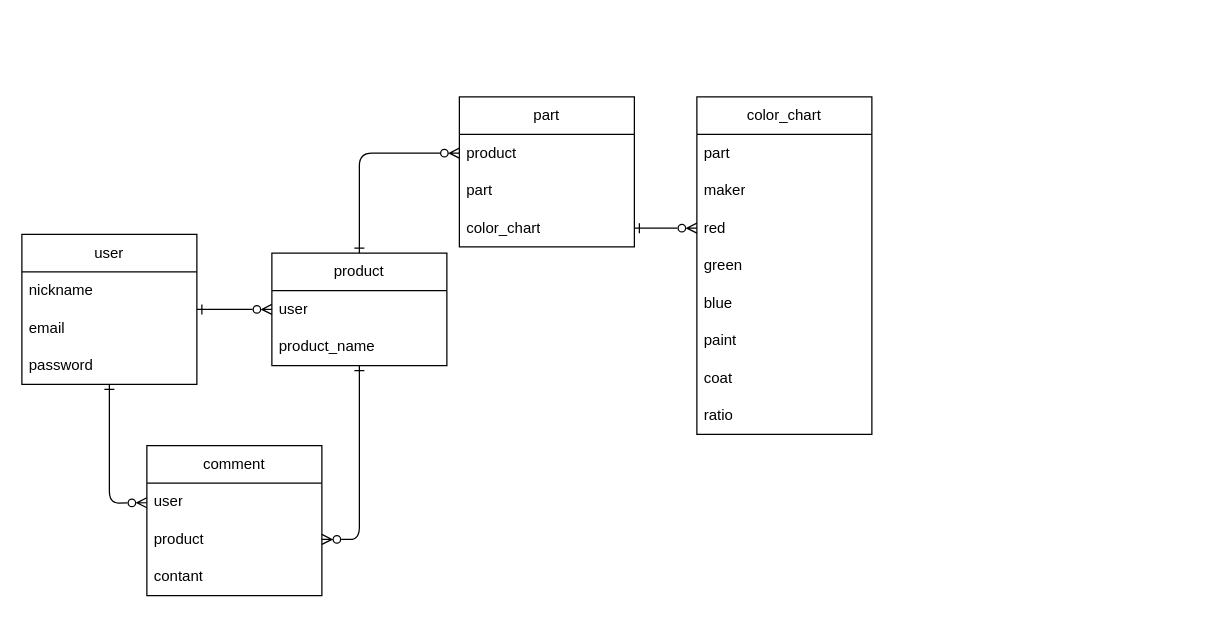
Above: color_chart_ER.dio in Yuya7124/color_chart_connect (draw.io), before the change. Source tidied: cells renumbered, new cells numbered last; positions are measured from the earlier drawing's top-left corner, leaving out a move shared by most shapes. Both pictures are drawn from the tidied source at 125%, with x=0, y=0 at pixel (21, 96).
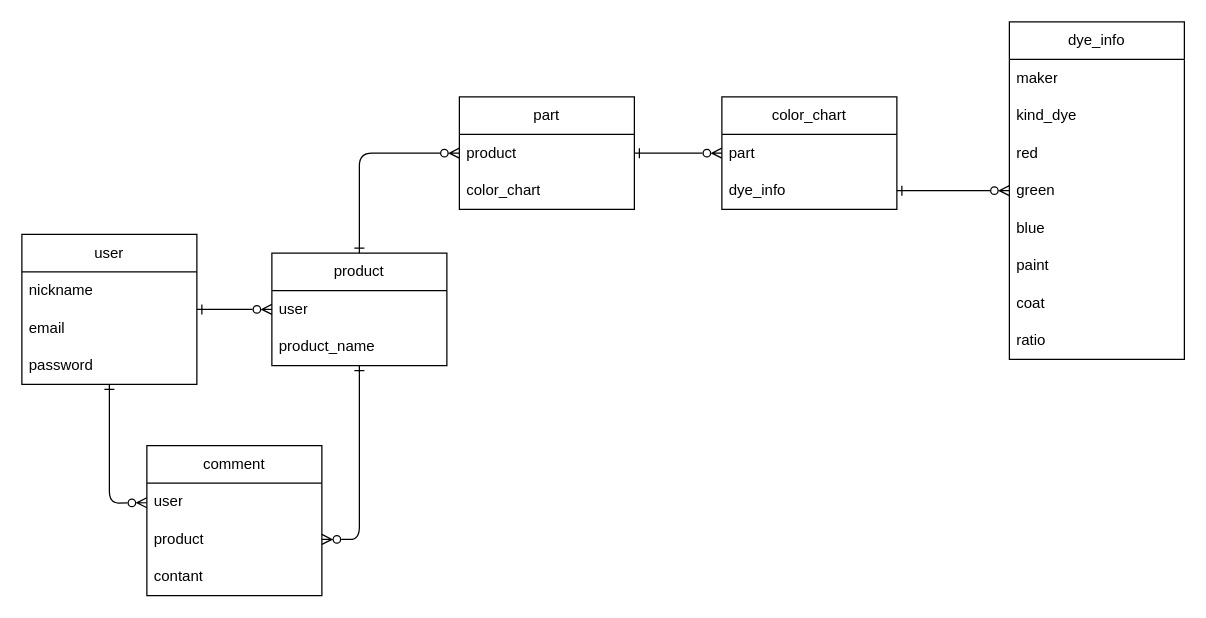
Above is the later version.

Commit message (it also covers changes not shown here):
その他修正

Change to the diagram source:
```diff
@@
     <mxCell id="11" value="part" style="swimlane;fontStyle=0;horizontal=1;startSize=30;whiteSpace=wrap;html=1;" parent="1" vertex="1">
-      <mxGeometry x="350" width="140" height="120" as="geometry" />
+      <mxGeometry x="350" width="140" height="90" as="geometry" />
     </mxCell>
@@
-    <mxCell id="13" value="part" style="text;strokeColor=none;fillColor=none;align=left;verticalAlign=middle;spacingLeft=4;spacingRight=4;overflow=hidden;whiteSpace=wrap;html=1;" parent="11" vertex="1">
-      <mxGeometry y="60" width="140" height="30" as="geometry" />
-    </mxCell>
     <mxCell id="14" value="&lt;span style=&quot;text-align: center;&quot;&gt;color_chart&lt;/span&gt;" style="text;strokeColor=none;fillColor=none;align=left;verticalAlign=middle;spacingLeft=4;spacingRight=4;overflow=hidden;points=[[0,0.5],[1,0.5]];portConstraint=eastwest;whiteSpace=wrap;html=1;" parent="11" vertex="1">
-      <mxGeometry y="90" width="140" height="30" as="geometry" />
+      <mxGeometry y="60" width="140" height="30" as="geometry" />
     </mxCell>
@@
     <mxCell id="21" value="color_chart" style="swimlane;fontStyle=0;horizontal=1;startSize=30;whiteSpace=wrap;html=1;" parent="1" vertex="1">
-      <mxGeometry x="540" width="140" height="270" as="geometry" />
+      <mxGeometry x="560" width="140" height="90" as="geometry" />
     </mxCell>
@@
-    <mxCell id="23" value="maker" style="text;strokeColor=none;fillColor=none;align=left;verticalAlign=middle;spacingLeft=4;spacingRight=4;overflow=hidden;points=[[0,0.5],[1,0.5]];portConstraint=eastwest;whiteSpace=wrap;html=1;" parent="21" vertex="1">
+    <mxCell id="23" value="dye_info" style="text;strokeColor=none;fillColor=none;align=left;verticalAlign=middle;spacingLeft=4;spacingRight=4;overflow=hidden;points=[[0,0.5],[1,0.5]];portConstraint=eastwest;whiteSpace=wrap;html=1;" parent="21" vertex="1">
       <mxGeometry y="60" width="140" height="30" as="geometry" />
     </mxCell>
+    <mxCell id="30" style="edgeStyle=none;html=1;endArrow=ERzeroToMany;endFill=0;startArrow=ERone;startFill=0;" parent="1" edge="1" source="11" target="21">
+      <mxGeometry relative="1" as="geometry" />
+    </mxCell>
+    <mxCell id="31" value="dye_info" style="swimlane;fontStyle=0;horizontal=1;startSize=30;whiteSpace=wrap;html=1;" parent="1" vertex="1">
+      <mxGeometry x="790" y="-60" width="140" height="270" as="geometry" />
+    </mxCell>
+    <mxCell id="32" value="maker" style="text;strokeColor=none;fillColor=none;align=left;verticalAlign=middle;spacingLeft=4;spacingRight=4;overflow=hidden;whiteSpace=wrap;html=1;" parent="31" vertex="1">
+      <mxGeometry y="30" width="140" height="30" as="geometry" />
+    </mxCell>
+    <mxCell id="33" value="kind_dye" style="text;strokeColor=none;fillColor=none;align=left;verticalAlign=middle;spacingLeft=4;spacingRight=4;overflow=hidden;whiteSpace=wrap;html=1;" parent="31" vertex="1">
+      <mxGeometry y="60" width="140" height="30" as="geometry" />
+    </mxCell>
-    <mxCell id="24" value="red" style="text;strokeColor=none;fillColor=none;align=left;verticalAlign=middle;spacingLeft=4;spacingRight=4;overflow=hidden;points=[[0,0.5],[1,0.5]];portConstraint=eastwest;whiteSpace=wrap;html=1;" parent="21" vertex="1">
+    <mxCell id="24" value="red" style="text;strokeColor=none;fillColor=none;align=left;verticalAlign=middle;spacingLeft=4;spacingRight=4;overflow=hidden;points=[[0,0.5],[1,0.5]];portConstraint=eastwest;whiteSpace=wrap;html=1;" parent="31" vertex="1">
       <mxGeometry y="90" width="140" height="30" as="geometry" />
     </mxCell>
-    <mxCell id="25" value="green" style="text;strokeColor=none;fillColor=none;align=left;verticalAlign=middle;spacingLeft=4;spacingRight=4;overflow=hidden;whiteSpace=wrap;html=1;" parent="21" vertex="1">
+    <mxCell id="25" value="green" style="text;strokeColor=none;fillColor=none;align=left;verticalAlign=middle;spacingLeft=4;spacingRight=4;overflow=hidden;whiteSpace=wrap;html=1;" parent="31" vertex="1">
       <mxGeometry y="120" width="140" height="30" as="geometry" />
     </mxCell>
-    <mxCell id="26" value="blue" style="text;strokeColor=none;fillColor=none;align=left;verticalAlign=middle;spacingLeft=4;spacingRight=4;overflow=hidden;whiteSpace=wrap;html=1;" parent="21" vertex="1">
+    <mxCell id="26" value="blue" style="text;strokeColor=none;fillColor=none;align=left;verticalAlign=middle;spacingLeft=4;spacingRight=4;overflow=hidden;whiteSpace=wrap;html=1;" parent="31" vertex="1">
       <mxGeometry y="150" width="140" height="30" as="geometry" />
     </mxCell>
-    <mxCell id="27" value="paint" style="text;strokeColor=none;fillColor=none;align=left;verticalAlign=middle;spacingLeft=4;spacingRight=4;overflow=hidden;whiteSpace=wrap;html=1;" parent="21" vertex="1">
+    <mxCell id="27" value="paint" style="text;strokeColor=none;fillColor=none;align=left;verticalAlign=middle;spacingLeft=4;spacingRight=4;overflow=hidden;whiteSpace=wrap;html=1;" parent="31" vertex="1">
       <mxGeometry y="180" width="140" height="30" as="geometry" />
     </mxCell>
-    <mxCell id="28" value="coat" style="text;strokeColor=none;fillColor=none;align=left;verticalAlign=middle;spacingLeft=4;spacingRight=4;overflow=hidden;whiteSpace=wrap;html=1;" parent="21" vertex="1">
+    <mxCell id="28" value="coat" style="text;strokeColor=none;fillColor=none;align=left;verticalAlign=middle;spacingLeft=4;spacingRight=4;overflow=hidden;whiteSpace=wrap;html=1;" parent="31" vertex="1">
       <mxGeometry y="210" width="140" height="30" as="geometry" />
     </mxCell>
-    <mxCell id="29" value="ratio" style="text;strokeColor=none;fillColor=none;align=left;verticalAlign=middle;spacingLeft=4;spacingRight=4;overflow=hidden;whiteSpace=wrap;html=1;" parent="21" vertex="1">
+    <mxCell id="29" value="ratio" style="text;strokeColor=none;fillColor=none;align=left;verticalAlign=middle;spacingLeft=4;spacingRight=4;overflow=hidden;whiteSpace=wrap;html=1;" parent="31" vertex="1">
       <mxGeometry y="240" width="140" height="30" as="geometry" />
     </mxCell>
-    <mxCell id="30" style="edgeStyle=none;html=1;endArrow=ERzeroToMany;endFill=0;startArrow=ERone;startFill=0;" parent="1" edge="1" source="14" target="24">
-      <mxGeometry relative="1" as="geometry" />
-    </mxCell>
+    <mxCell id="34" style="edgeStyle=none;html=1;endArrow=ERzeroToMany;endFill=0;startArrow=ERone;startFill=0;exitX=1;exitY=0.5;exitDx=0;exitDy=0;" parent="1" edge="1" source="23" target="31">
+      <mxGeometry relative="1" as="geometry" />
+    </mxCell>
```
